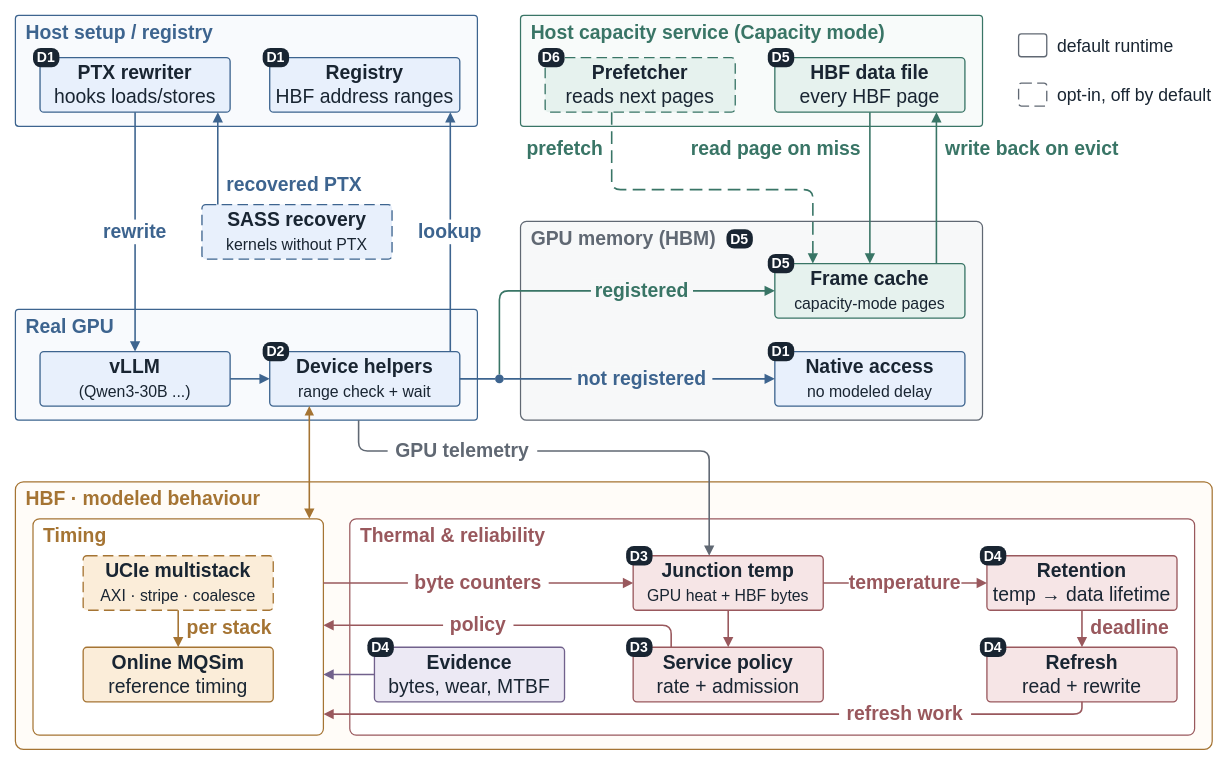
Earlier version of the draw.io diagram docs/assets/hbfsim-architecture.drawio (SlugLab/HBFSim). Source tidied: cells renumbered, new cells numbered last; positions are measured from the earlier drawing's top-left corner, leaving out a move shared by most shapes. Both pictures are drawn from the tidied source at 88%, with x=0, y=0 at pixel (15, 15).
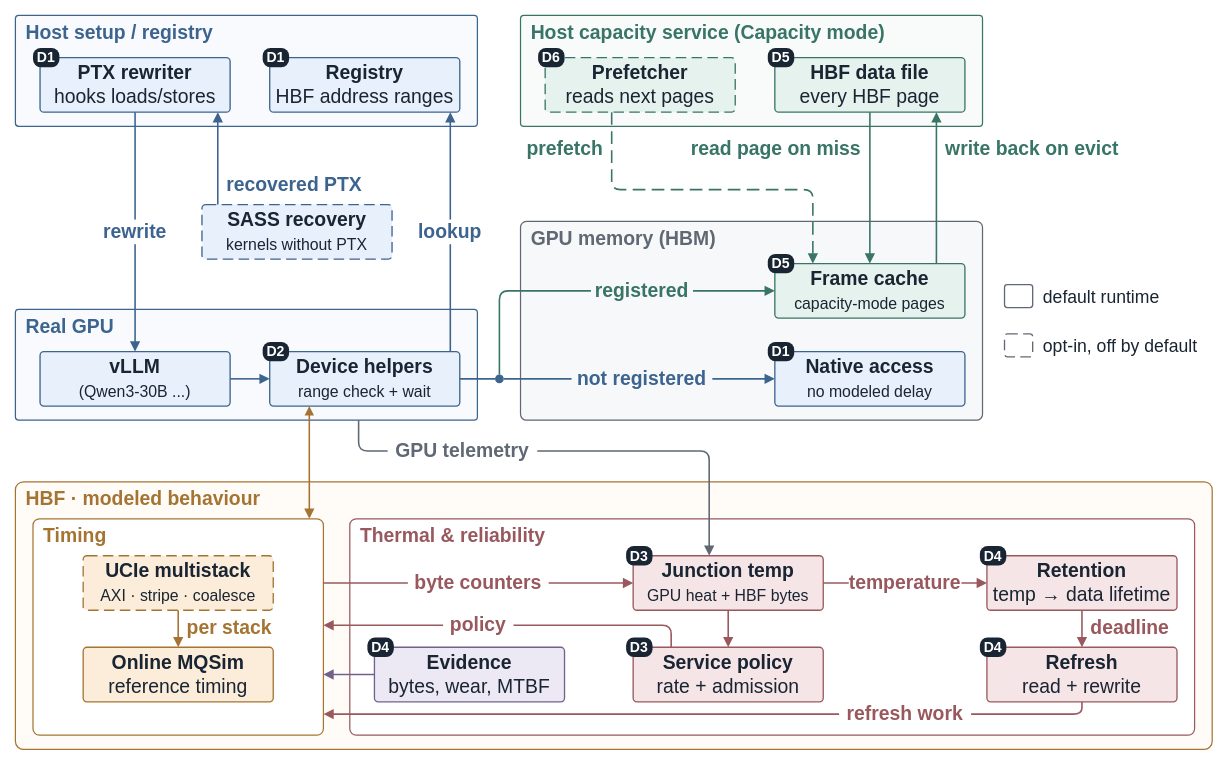
The same page after the edit.

What changed in the source:
```diff
@@
     <mxCell id="27" style="rounded=1;arcSize=12;html=1;fillColor=#FFFFFF;strokeColor=#606873;strokeWidth=1.5;" parent="1" vertex="1">
-      <mxGeometry x="1140" y="21" width="32" height="26" as="geometry" />
+      <mxGeometry x="1124" y="306" width="32" height="26" as="geometry" />
     </mxCell>
     <mxCell id="28" style="rounded=1;arcSize=12;html=1;fillColor=#FFFFFF;strokeColor=#606873;strokeWidth=1.5;dashed=1;dashPattern=8 4;" parent="1" vertex="1">
-      <mxGeometry x="1140" y="77" width="32" height="26" as="geometry" />
+      <mxGeometry x="1124" y="362" width="32" height="26" as="geometry" />
     </mxCell>
     <mxCell id="29" value="default runtime" style="text;html=1;whiteSpace=wrap;fontFamily=Helvetica;fontSize=20;fontStyle=0;fontColor=#192532;align=left;verticalAlign=middle;spacing=0;strokeColor=none;fillColor=none;" parent="1" vertex="1">
-      <mxGeometry x="1184" y="19" width="176" height="30" as="geometry" />
+      <mxGeometry x="1168" y="304" width="176" height="30" as="geometry" />
     </mxCell>
     <mxCell id="30" value="opt-in, off by default" style="text;html=1;whiteSpace=wrap;fontFamily=Helvetica;fontSize=20;fontStyle=0;fontColor=#192532;align=left;verticalAlign=middle;spacing=0;strokeColor=none;fillColor=none;" parent="1" vertex="1">
-      <mxGeometry x="1184" y="75" width="176" height="30" as="geometry" />
+      <mxGeometry x="1168" y="360" width="176" height="30" as="geometry" />
     </mxCell>
@@
-    <mxCell id="72" value="D5" style="rounded=1;arcSize=40;html=1;whiteSpace=wrap;fontFamily=Helvetica;fontSize=16;fontStyle=1;fontColor=#FFFFFF;fillColor=#192532;strokeColor=none;align=center;verticalAlign=middle;spacing=0;" parent="1" vertex="1">
-      <mxGeometry x="808" y="243" width="30" height="22" as="geometry" />
-    </mxCell>
```
